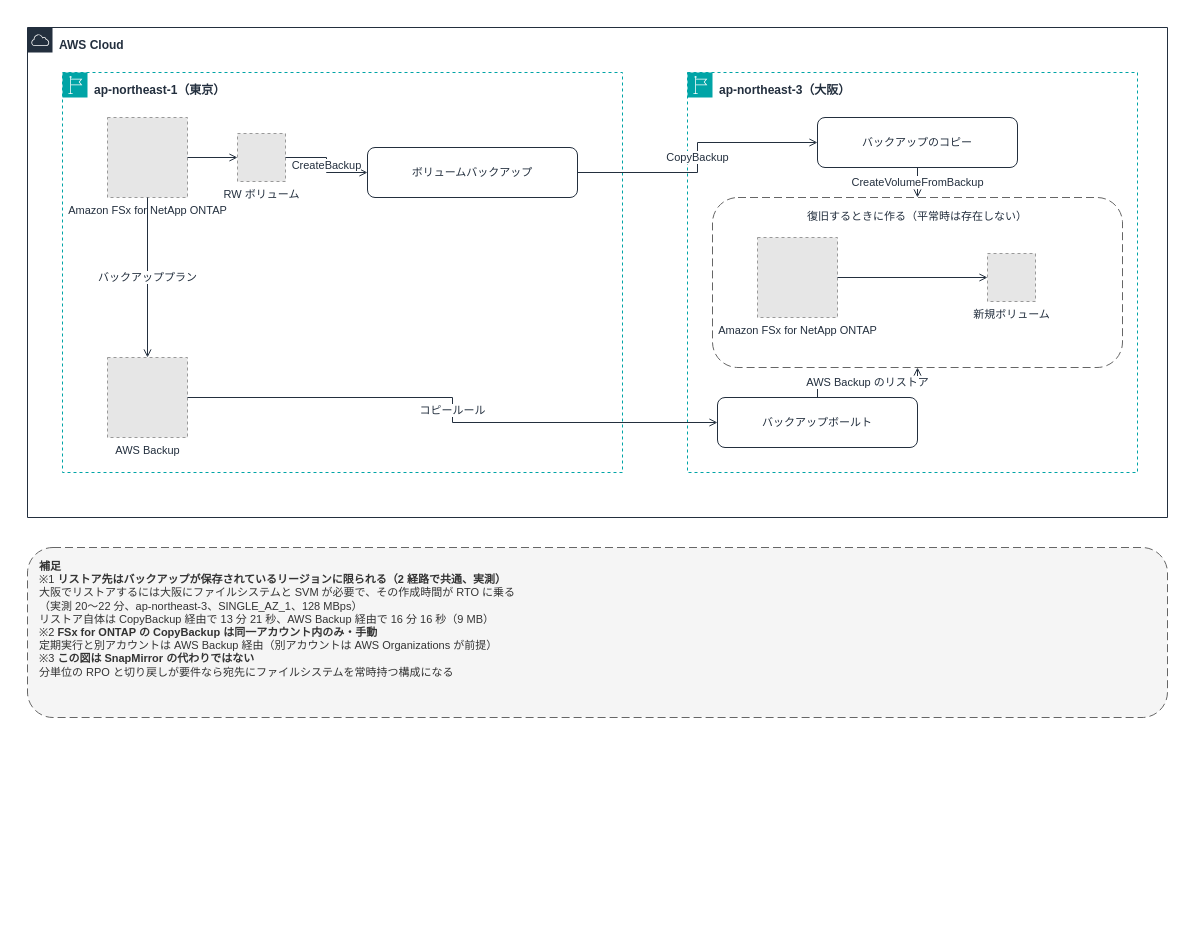
Before: docs/_assets/diagrams/backup-copy-cross-region.drawio in Yoshiki0705/FSx-for-ONTAP-Adoption-Playbook, a draw.io diagram. Source tidied: cells renumbered, new cells numbered last; positions are measured from the earlier drawing's top-left corner, leaving out a move shared by most shapes. Both pictures are drawn from the tidied source at 100%, with x=0, y=0 at pixel (27, 27). Pictures stored in the file or linked from it are replaced by grey dashed boxes.
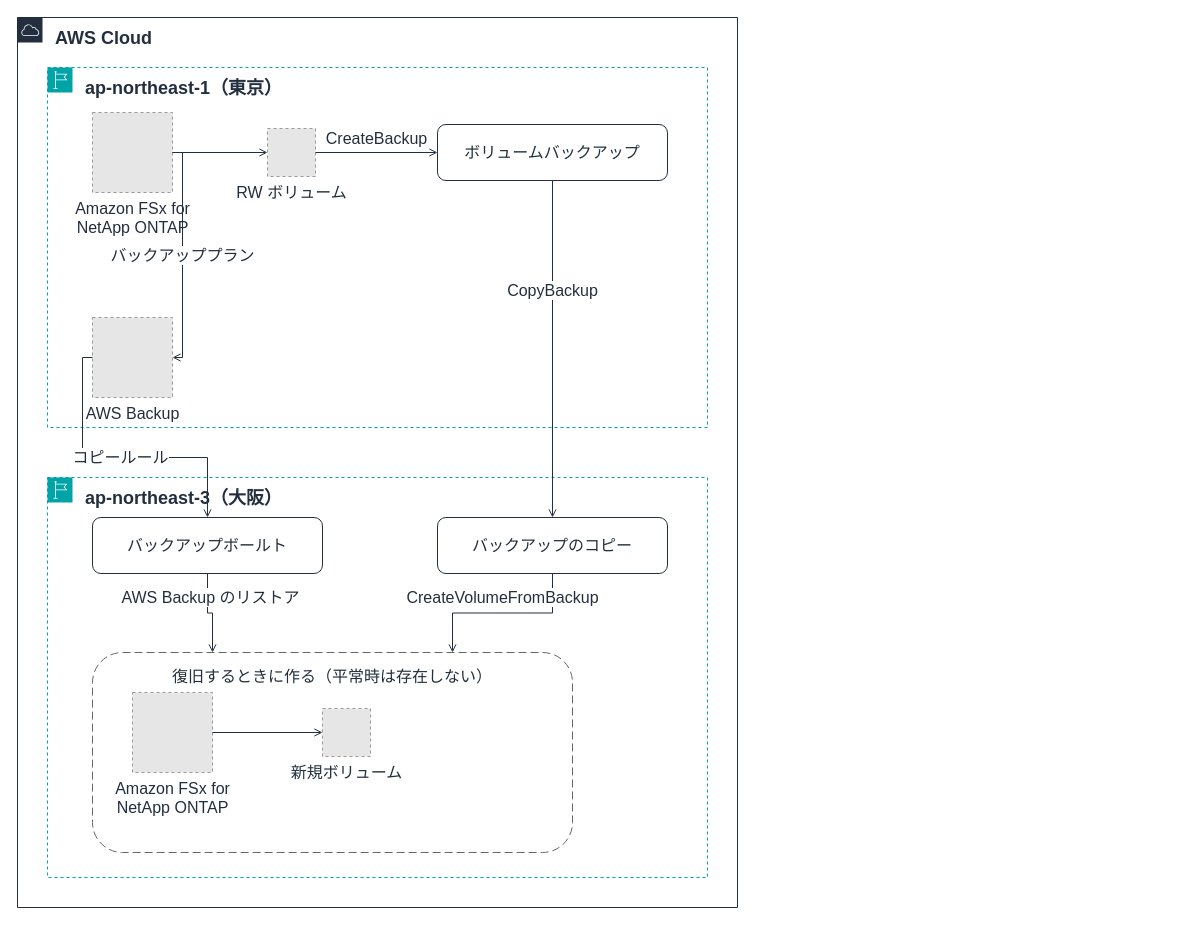
The same page after the edit.

The edit, as a diff of the source:
```diff
@@
-    <mxCell id="2" value="AWS Cloud" style="gradientColor=none;html=1;whiteSpace=wrap;fontSize=12;fontStyle=1;fontColor=#232F3E;shape=mxgraph.aws4.group;grIcon=mxgraph.aws4.group_aws_cloud;strokeColor=#232F3E;fillColor=none;verticalAlign=top;align=left;spacingLeft=30;spacingTop=4;dashed=0;" parent="1" vertex="1">
-      <mxGeometry width="1140" height="490" as="geometry" />
+    <mxCell id="2" value="AWS Cloud" style="gradientColor=none;html=1;whiteSpace=wrap;fontSize=18;fontStyle=1;fontColor=#232F3E;shape=mxgraph.aws4.group;grIcon=mxgraph.aws4.group_aws_cloud;strokeColor=#232F3E;fillColor=none;verticalAlign=top;align=left;spacingLeft=36;spacingTop=4;dashed=0;" parent="1" vertex="1">
+      <mxGeometry x="-10" y="-10" width="720" height="890" as="geometry" />
     </mxCell>
-    <mxCell id="3" value="ap-northeast-1（東京）" style="gradientColor=none;html=1;whiteSpace=wrap;fontSize=12;fontStyle=1;fontColor=#232F3E;shape=mxgraph.aws4.group;grIcon=mxgraph.aws4.group_region;strokeColor=#00A4A6;fillColor=none;verticalAlign=top;align=left;spacingLeft=30;spacingTop=4;dashed=1;" parent="1" vertex="1">
-      <mxGeometry x="35" y="45" width="560" height="400" as="geometry" />
+    <mxCell id="3" value="ap-northeast-1（東京）" style="gradientColor=none;html=1;whiteSpace=wrap;fontSize=18;fontStyle=1;fontColor=#232F3E;shape=mxgraph.aws4.group;grIcon=mxgraph.aws4.group_region;strokeColor=#00A4A6;fillColor=none;verticalAlign=top;align=left;spacingLeft=36;spacingTop=4;dashed=1;" parent="1" vertex="1">
+      <mxGeometry x="20" y="40" width="660" height="360" as="geometry" />
     </mxCell>
-    <mxCell id="4" value="ap-northeast-3（大阪）" style="gradientColor=none;html=1;whiteSpace=wrap;fontSize=12;fontStyle=1;fontColor=#232F3E;shape=mxgraph.aws4.group;grIcon=mxgraph.aws4.group_region;strokeColor=#00A4A6;fillColor=none;verticalAlign=top;align=left;spacingLeft=30;spacingTop=4;dashed=1;" parent="1" vertex="1">
-      <mxGeometry x="660" y="45" width="450" height="400" as="geometry" />
+    <mxCell id="4" value="ap-northeast-3（大阪）" style="gradientColor=none;html=1;whiteSpace=wrap;fontSize=18;fontStyle=1;fontColor=#232F3E;shape=mxgraph.aws4.group;grIcon=mxgraph.aws4.group_region;strokeColor=#00A4A6;fillColor=none;verticalAlign=top;align=left;spacingLeft=36;spacingTop=4;dashed=1;" parent="1" vertex="1">
+      <mxGeometry x="20" y="450" width="660" height="400" as="geometry" />
     </mxCell>
-    <mxCell id="5" value="復旧するときに作る（平常時は存在しない）" style="rounded=1;whiteSpace=wrap;html=1;dashed=1;dashPattern=8 4;strokeColor=#666666;fillColor=none;fontColor=#232F3E;fontSize=11;verticalAlign=top;align=center;spacingTop=6;" parent="1" vertex="1">
-      <mxGeometry x="685" y="170" width="410" height="170" as="geometry" />
+    <mxCell id="5" value="復旧するときに作る（平常時は存在しない）" style="rounded=1;whiteSpace=wrap;html=1;dashed=1;dashPattern=8 4;strokeColor=#666666;fillColor=none;fontColor=#232F3E;fontSize=16;verticalAlign=top;align=center;spacingTop=8;" parent="1" vertex="1">
+      <mxGeometry x="65" y="625" width="480" height="200" as="geometry" />
     </mxCell>
-    <mxCell id="6" value="ボリュームバックアップ" style="rounded=1;whiteSpace=wrap;html=1;strokeColor=#232F3E;fillColor=none;fontColor=#232F3E;fontSize=11;verticalAlign=middle;align=center;" parent="1" vertex="1">
-      <mxGeometry x="340" y="120" width="210" height="50" as="geometry" />
+    <mxCell id="6" value="ボリュームバックアップ" style="rounded=1;whiteSpace=wrap;html=1;strokeColor=#232F3E;fillColor=none;fontColor=#232F3E;fontSize=16;verticalAlign=middle;align=center;" parent="1" vertex="1">
+      <mxGeometry x="410" y="97" width="230" height="56" as="geometry" />
     </mxCell>
-    <mxCell id="7" value="バックアップのコピー" style="rounded=1;whiteSpace=wrap;html=1;strokeColor=#232F3E;fillColor=none;fontColor=#232F3E;fontSize=11;verticalAlign=middle;align=center;" parent="1" vertex="1">
-      <mxGeometry x="790" y="90" width="200" height="50" as="geometry" />
+    <mxCell id="7" value="バックアップのコピー" style="rounded=1;whiteSpace=wrap;html=1;strokeColor=#232F3E;fillColor=none;fontColor=#232F3E;fontSize=16;verticalAlign=middle;align=center;" parent="1" vertex="1">
+      <mxGeometry x="410" y="490" width="230" height="56" as="geometry" />
     </mxCell>
-    <mxCell id="8" value="バックアップボールト" style="rounded=1;whiteSpace=wrap;html=1;strokeColor=#232F3E;fillColor=none;fontColor=#232F3E;fontSize=11;verticalAlign=middle;align=center;" parent="1" vertex="1">
-      <mxGeometry x="690" y="370" width="200" height="50" as="geometry" />
+    <mxCell id="8" value="バックアップボールト" style="rounded=1;whiteSpace=wrap;html=1;strokeColor=#232F3E;fillColor=none;fontColor=#232F3E;fontSize=16;verticalAlign=middle;align=center;" parent="1" vertex="1">
+      <mxGeometry x="65" y="490" width="230" height="56" as="geometry" />
     </mxCell>
-    <mxCell id="9" value="Amazon FSx for NetApp ONTAP" style="fillColor=#E6E6E6;strokeColor=#999999;dashed=1;html=1;verticalLabelPosition=bottom;verticalAlign=top;labelPosition=center;align=center;fontSize=11;fontColor=#232F3E;" parent="1" vertex="1">
-      <mxGeometry x="80" y="90" width="80" height="80" as="geometry" />
+    <mxCell id="9" value="Amazon FSx for&lt;br&gt;NetApp ONTAP" style="fillColor=#E6E6E6;strokeColor=#999999;dashed=1;html=1;verticalLabelPosition=bottom;verticalAlign=top;labelPosition=center;align=center;fontSize=16;fontColor=#232F3E;" parent="1" vertex="1">
+      <mxGeometry x="65" y="85" width="80" height="80" as="geometry" />
     </mxCell>
-    <mxCell id="10" value="RW ボリューム" style="fillColor=#E6E6E6;strokeColor=#999999;dashed=1;html=1;verticalLabelPosition=bottom;verticalAlign=top;labelPosition=center;align=center;fontSize=11;fontColor=#232F3E;" parent="1" vertex="1">
-      <mxGeometry x="210" y="106" width="48" height="48" as="geometry" />
+    <mxCell id="10" value="RW ボリューム" style="fillColor=#E6E6E6;strokeColor=#999999;dashed=1;html=1;verticalLabelPosition=bottom;verticalAlign=top;labelPosition=center;align=center;fontSize=16;fontColor=#232F3E;" parent="1" vertex="1">
+      <mxGeometry x="240" y="101" width="48" height="48" as="geometry" />
     </mxCell>
-    <mxCell id="11" value="AWS Backup" style="fillColor=#E6E6E6;strokeColor=#999999;dashed=1;html=1;verticalLabelPosition=bottom;verticalAlign=top;labelPosition=center;align=center;fontSize=11;fontColor=#232F3E;" parent="1" vertex="1">
-      <mxGeometry x="80" y="330" width="80" height="80" as="geometry" />
+    <mxCell id="11" value="AWS Backup" style="fillColor=#E6E6E6;strokeColor=#999999;dashed=1;html=1;verticalLabelPosition=bottom;verticalAlign=top;labelPosition=center;align=center;fontSize=16;fontColor=#232F3E;" parent="1" vertex="1">
+      <mxGeometry x="65" y="290" width="80" height="80" as="geometry" />
     </mxCell>
-    <mxCell id="12" value="Amazon FSx for NetApp ONTAP" style="fillColor=#E6E6E6;strokeColor=#999999;dashed=1;html=1;verticalLabelPosition=bottom;verticalAlign=top;labelPosition=center;align=center;fontSize=11;fontColor=#232F3E;" parent="1" vertex="1">
-      <mxGeometry x="730" y="210" width="80" height="80" as="geometry" />
+    <mxCell id="12" value="Amazon FSx for&lt;br&gt;NetApp ONTAP" style="fillColor=#E6E6E6;strokeColor=#999999;dashed=1;html=1;verticalLabelPosition=bottom;verticalAlign=top;labelPosition=center;align=center;fontSize=16;fontColor=#232F3E;" parent="1" vertex="1">
+      <mxGeometry x="105" y="665" width="80" height="80" as="geometry" />
     </mxCell>
-    <mxCell id="13" value="新規ボリューム" style="fillColor=#E6E6E6;strokeColor=#999999;dashed=1;html=1;verticalLabelPosition=bottom;verticalAlign=top;labelPosition=center;align=center;fontSize=11;fontColor=#232F3E;" parent="1" vertex="1">
-      <mxGeometry x="960" y="226" width="48" height="48" as="geometry" />
+    <mxCell id="13" value="新規ボリューム" style="fillColor=#E6E6E6;strokeColor=#999999;dashed=1;html=1;verticalLabelPosition=bottom;verticalAlign=top;labelPosition=center;align=center;fontSize=16;fontColor=#232F3E;" parent="1" vertex="1">
+      <mxGeometry x="295" y="681" width="48" height="48" as="geometry" />
     </mxCell>
-    <mxCell id="14" style="edgeStyle=orthogonalEdgeStyle;rounded=0;html=1;endArrow=open;endFill=0;strokeColor=#232F3E;strokeWidth=1;fontSize=11;fontColor=#232F3E;labelBackgroundColor=#FFFFFF;" parent="1" edge="1" source="9" target="10">
+    <mxCell id="14" style="edgeStyle=orthogonalEdgeStyle;rounded=0;html=1;endArrow=open;endFill=0;strokeColor=#232F3E;strokeWidth=1;fontSize=16;fontColor=#232F3E;labelBackgroundColor=#FFFFFF;" parent="1" edge="1" source="9" target="10">
       <mxGeometry relative="1" as="geometry" />
     </mxCell>
-    <mxCell id="15" value="CreateBackup" style="edgeStyle=orthogonalEdgeStyle;rounded=0;html=1;endArrow=open;endFill=0;strokeColor=#232F3E;strokeWidth=1;fontSize=11;fontColor=#232F3E;labelBackgroundColor=#FFFFFF;" parent="1" edge="1" source="10" target="6">
-      <mxGeometry relative="1" as="geometry" />
+    <mxCell id="15" value="CreateBackup" style="edgeStyle=orthogonalEdgeStyle;rounded=0;html=1;endArrow=open;endFill=0;strokeColor=#232F3E;strokeWidth=1;fontSize=16;fontColor=#232F3E;labelBackgroundColor=#FFFFFF;" parent="1" edge="1" source="10" target="6">
+      <mxGeometry relative="1" as="geometry">
+        <mxPoint y="-14" as="offset" />
+      </mxGeometry>
     </mxCell>
-    <mxCell id="16" value="CopyBackup" style="edgeStyle=orthogonalEdgeStyle;rounded=0;html=1;endArrow=open;endFill=0;strokeColor=#232F3E;strokeWidth=1;fontSize=11;fontColor=#232F3E;labelBackgroundColor=#FFFFFF;" parent="1" edge="1" source="6" target="7">
-      <mxGeometry relative="1" as="geometry" />
+    <mxCell id="16" value="CopyBackup" style="edgeStyle=orthogonalEdgeStyle;rounded=0;html=1;endArrow=open;endFill=0;strokeColor=#232F3E;strokeWidth=1;fontSize=16;fontColor=#232F3E;labelBackgroundColor=#FFFFFF;exitX=0.5;exitY=1.0;exitDx=0;exitDy=0;entryX=0.5;entryY=0.0;entryDx=0;entryDy=0;" parent="1" edge="1" source="6" target="7">
+      <mxGeometry x="-0.35" relative="1" as="geometry" />
     </mxCell>
-    <mxCell id="17" value="バックアッププラン" style="edgeStyle=orthogonalEdgeStyle;rounded=0;html=1;endArrow=open;endFill=0;strokeColor=#232F3E;strokeWidth=1;fontSize=11;fontColor=#232F3E;labelBackgroundColor=#FFFFFF;" parent="1" edge="1" source="9" target="11">
+    <mxCell id="17" value="バックアッププラン" style="edgeStyle=orthogonalEdgeStyle;rounded=0;html=1;endArrow=open;endFill=0;strokeColor=#232F3E;strokeWidth=1;fontSize=16;fontColor=#232F3E;labelBackgroundColor=#FFFFFF;exitX=1.0;exitY=0.5;exitDx=0;exitDy=0;entryX=1.0;entryY=0.5;entryDx=0;entryDy=0;" parent="1" edge="1" source="9" target="11">
       <mxGeometry relative="1" as="geometry" />
     </mxCell>
-    <mxCell id="18" value="コピールール" style="edgeStyle=orthogonalEdgeStyle;rounded=0;html=1;endArrow=open;endFill=0;strokeColor=#232F3E;strokeWidth=1;fontSize=11;fontColor=#232F3E;labelBackgroundColor=#FFFFFF;" parent="1" edge="1" source="11" target="8">
+    <mxCell id="18" value="コピールール" style="edgeStyle=orthogonalEdgeStyle;rounded=0;html=1;endArrow=open;endFill=0;strokeColor=#232F3E;strokeWidth=1;fontSize=16;fontColor=#232F3E;labelBackgroundColor=#FFFFFF;exitX=0.0;exitY=0.5;exitDx=0;exitDy=0;entryX=0.5;entryY=0.0;entryDx=0;entryDy=0;" parent="1" edge="1" source="11" target="8">
       <mxGeometry relative="1" as="geometry" />
     </mxCell>
-    <mxCell id="19" value="CreateVolumeFromBackup" style="edgeStyle=orthogonalEdgeStyle;rounded=0;html=1;endArrow=open;endFill=0;strokeColor=#232F3E;strokeWidth=1;fontSize=11;fontColor=#232F3E;labelBackgroundColor=#FFFFFF;exitX=0.5;exitY=1.0;exitDx=0;exitDy=0;entryX=0.5;entryY=0.0;entryDx=0;entryDy=0;" parent="1" edge="1" source="7" target="5">
-      <mxGeometry relative="1" as="geometry" />
+    <mxCell id="19" value="CreateVolumeFromBackup" style="edgeStyle=orthogonalEdgeStyle;rounded=0;html=1;endArrow=open;endFill=0;strokeColor=#232F3E;strokeWidth=1;fontSize=16;fontColor=#232F3E;labelBackgroundColor=#FFFFFF;exitX=0.5;exitY=1.0;exitDx=0;exitDy=0;entryX=0.75;entryY=0.0;entryDx=0;entryDy=0;" parent="1" edge="1" source="7" target="5">
+      <mxGeometry relative="1" as="geometry">
+        <mxPoint y="-16" as="offset" />
+      </mxGeometry>
     </mxCell>
-    <mxCell id="20" value="AWS Backup のリストア" style="edgeStyle=orthogonalEdgeStyle;rounded=0;html=1;endArrow=open;endFill=0;strokeColor=#232F3E;strokeWidth=1;fontSize=11;fontColor=#232F3E;labelBackgroundColor=#FFFFFF;exitX=0.5;exitY=0.0;exitDx=0;exitDy=0;entryX=0.5;entryY=1.0;entryDx=0;entryDy=0;" parent="1" edge="1" source="8" target="5">
-      <mxGeometry relative="1" as="geometry" />
+    <mxCell id="20" value="AWS Backup のリストア" style="edgeStyle=orthogonalEdgeStyle;rounded=0;html=1;endArrow=open;endFill=0;strokeColor=#232F3E;strokeWidth=1;fontSize=16;fontColor=#232F3E;labelBackgroundColor=#FFFFFF;exitX=0.5;exitY=1.0;exitDx=0;exitDy=0;entryX=0.25;entryY=0.0;entryDx=0;entryDy=0;" parent="1" edge="1" source="8" target="5">
+      <mxGeometry relative="1" as="geometry">
+        <mxPoint y="-16" as="offset" />
+      </mxGeometry>
     </mxCell>
-    <mxCell id="21" style="edgeStyle=orthogonalEdgeStyle;rounded=0;html=1;endArrow=open;endFill=0;strokeColor=#232F3E;strokeWidth=1;fontSize=11;fontColor=#232F3E;labelBackgroundColor=#FFFFFF;" parent="1" edge="1" source="12" target="13">
+    <mxCell id="21" style="edgeStyle=orthogonalEdgeStyle;rounded=0;html=1;endArrow=open;endFill=0;strokeColor=#232F3E;strokeWidth=1;fontSize=16;fontColor=#232F3E;labelBackgroundColor=#FFFFFF;" parent="1" edge="1" source="12" target="13">
       <mxGeometry relative="1" as="geometry" />
     </mxCell>
-    <mxCell id="22" value="&lt;b&gt;補足&lt;/b&gt;&lt;br&gt;※1 &lt;b&gt;リストア先はバックアップが保存されているリージョンに限られる（2 経路で共通、実測）&lt;/b&gt;&lt;br&gt;大阪でリストアするには大阪にファイルシステムと SVM が必要で、その作成時間が RTO に乗る&lt;br&gt;（実測 20〜22 分、ap-northeast-3、SINGLE_AZ_1、128 MBps）&lt;br&gt;リストア自体は CopyBackup 経由で 13 分 21 秒、AWS Backup 経由で 16 分 16 秒（9 MB）&lt;br&gt;※2 &lt;b&gt;FSx for ONTAP の CopyBackup は同一アカウント内のみ・手動&lt;/b&gt;&lt;br&gt;定期実行と別アカウントは AWS Backup 経由（別アカウントは AWS Organizations が前提）&lt;br&gt;※3 &lt;b&gt;この図は SnapMirror の代わりではない&lt;/b&gt;&lt;br&gt;分単位の RPO と切り戻しが要件なら宛先にファイルシステムを常時持つ構成になる" style="rounded=1;whiteSpace=wrap;html=1;dashed=1;dashPattern=8 4;strokeColor=#666666;fillColor=#F5F5F5;fontColor=#333333;fontSize=11;align=left;verticalAlign=top;spacingLeft=10;spacingTop=6;" parent="1" vertex="1">
-      <mxGeometry y="520" width="1140" height="170" as="geometry" />
-    </mxCell>
```
